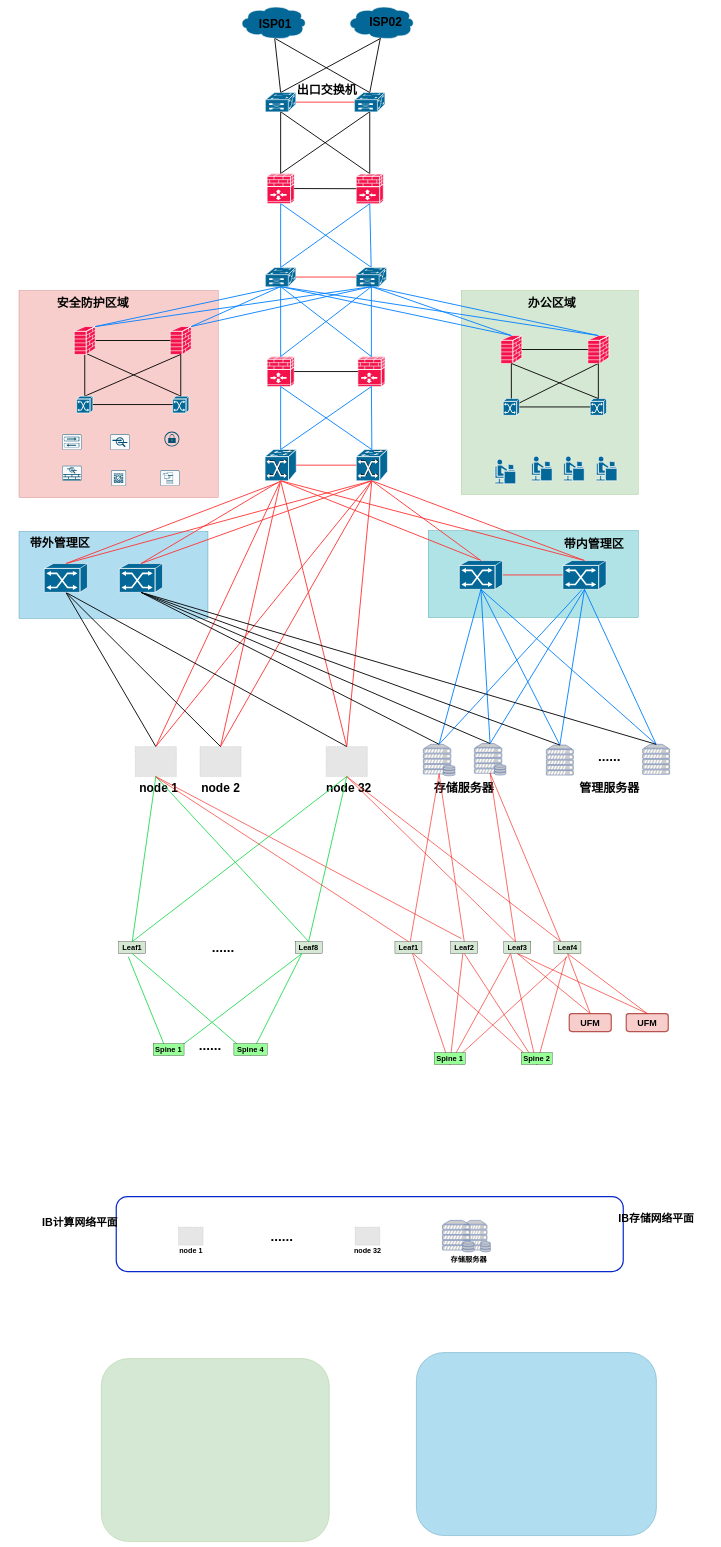
The draw.io diagram 数据中心组网-32nodes-包括IB整体组网 的副本.drawio in hel-2000/network-draw, before the edit. Source tidied: cells renumbered, new cells numbered last; positions are measured from the earlier drawing's top-left corner, leaving out a move shared by most shapes. Both pictures are drawn from the tidied source at 30%, with x=0, y=0 at pixel (5, 5). Pictures stored in the file or linked from it are replaced by grey dashed boxes.
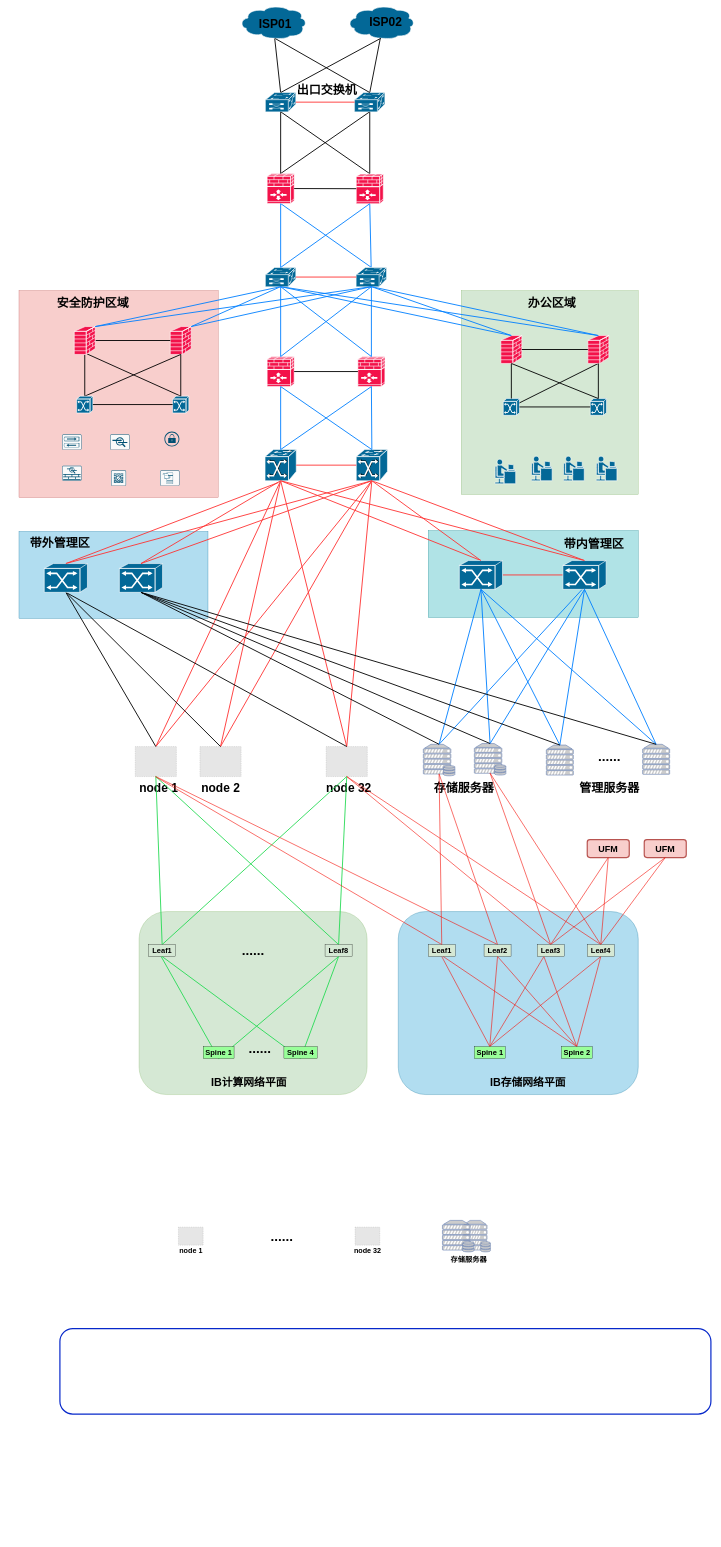
The same page after the edit.

Commit message:
更新数据中心组网-32nodes-包括IB整体组网 的副本.drawio

The change refers to these unchanged cells:
```xml
<mxCell id="24" style="fontColor=#0066CC;verticalAlign=top;verticalLabelPosition=bottom;labelPosition=center;align=center;html=1;outlineConnect=0;fillColor=#CCCCCC;strokeColor=#6881B3;gradientColor=none;gradientDirection=north;strokeWidth=2;shape=mxgraph.networks.server_storage;" parent="1" vertex="1">
  <mxGeometry x="1393.6" y="2462.5" width="105" height="105" as="geometry" />
</mxCell>
<mxCell id="42" style="fillColor=#E6E6E6;strokeColor=#999999;dashed=1;verticalLabelPosition=bottom;verticalAlign=top;" parent="1" vertex="1">
  <mxGeometry x="1069.7" y="2470" width="137.2" height="100" as="geometry" />
</mxCell>
<mxCell id="88" style="fontColor=#0066CC;verticalAlign=top;verticalLabelPosition=bottom;labelPosition=center;align=center;html=1;outlineConnect=0;fillColor=#CCCCCC;strokeColor=#6881B3;gradientColor=none;gradientDirection=north;strokeWidth=2;shape=mxgraph.networks.server_storage;" parent="1" vertex="1">
  <mxGeometry x="1563.6" y="2460" width="105" height="105" as="geometry" />
</mxCell>
<mxCell id="89" style="fillColor=#E6E6E6;strokeColor=#999999;dashed=1;verticalLabelPosition=bottom;verticalAlign=top;" parent="1" vertex="1">
  <mxGeometry x="433.3" y="2470" width="137.2" height="100" as="geometry" />
</mxCell>
```

What changed in the source:
```diff
@@
+    <mxCell id="135" style="rounded=1;whiteSpace=wrap;html=1;strokeColor=#0728ca;strokeWidth=4;" parent="1" vertex="1">
+      <mxGeometry x="182.2" y="4410" width="2170" height="285" as="geometry" />
+    </mxCell>
@@
-    <mxCell id="135" style="rounded=1;whiteSpace=wrap;html=1;strokeColor=#0728ca;strokeWidth=4;" parent="1" vertex="1">
-      <mxGeometry x="370" y="3970" width="1690" height="250" as="geometry" />
-    </mxCell>
     <mxCell id="136" style="rounded=1;whiteSpace=wrap;html=1;fillColor=#b1ddf0;strokeColor=#10739e;" parent="1" vertex="1">
-      <mxGeometry x="1370.5" y="4490" width="800" height="610" as="geometry" />
+      <mxGeometry x="1310" y="3020" width="800" height="610" as="geometry" />
     </mxCell>
     <mxCell id="137" value="&lt;font style=&quot;font-size: 30px;&quot;&gt;&lt;b&gt;UFM&lt;/b&gt;&lt;/font&gt;" style="rounded=1;whiteSpace=wrap;html=1;strokeColor=#b85450;strokeWidth=4;fillColor=#f8cecc;" parent="1" vertex="1">
-      <mxGeometry x="2070" y="3360" width="140" height="60" as="geometry" />
+      <mxGeometry x="2130" y="2780" width="140" height="60" as="geometry" />
     </mxCell>
     <mxCell id="138" style="rounded=1;whiteSpace=wrap;html=1;fillColor=#d5e8d4;strokeColor=#82b366;" parent="1" vertex="1">
-      <mxGeometry x="320" y="4510" width="760" height="610" as="geometry" />
+      <mxGeometry x="446.1" y="3020" width="760" height="610" as="geometry" />
     </mxCell>
-    <mxCell id="139" style="rounded=0;jettySize=auto;html=1;exitX=0.5;exitY=1;exitDx=0;exitDy=0;endArrow=none;strokeColor=#f5120a;fillColor=#f8cecc;strokeWidth=2;endFill=0;" parent="1" edge="1" source="89">
-      <mxGeometry relative="1" as="geometry">
-        <mxPoint x="1520" y="3110" as="targetPoint" />
-      </mxGeometry>
+    <mxCell id="139" style="rounded=0;jettySize=auto;html=1;exitX=0.5;exitY=1;exitDx=0;exitDy=0;endArrow=none;strokeColor=#f5120a;fillColor=#f8cecc;strokeWidth=2;endFill=0;entryX=0.5;entryY=0;entryDx=0;entryDy=0;" parent="1" edge="1" source="89" target="169">
+      <mxGeometry relative="1" as="geometry" />
     </mxCell>
@@
-    <mxCell id="143" style="edgeStyle=none;rounded=0;jettySize=auto;html=1;exitX=0.5;exitY=0;exitDx=0;exitDy=0;endArrow=none;endFill=0;strokeWidth=3;strokeColor=#29db56;entryX=0.5;entryY=1;entryDx=0;entryDy=0;" parent="1" edge="1" source="144" target="89">
-      <mxGeometry relative="1" as="geometry">
-        <Array as="points">
-          <mxPoint x="423" y="3120" />
-        </Array>
-      </mxGeometry>
+    <mxCell id="143" style="rounded=0;jettySize=auto;html=1;exitX=0.5;exitY=0;exitDx=0;exitDy=0;endArrow=none;endFill=0;strokeWidth=3;strokeColor=#29db56;entryX=0.5;entryY=1;entryDx=0;entryDy=0;" parent="1" edge="1" source="144" target="89">
+      <mxGeometry relative="1" as="geometry" />
     </mxCell>
     <mxCell id="144" value="&lt;b&gt;&lt;font style=&quot;font-size: 25px;&quot;&gt;Leaf1&lt;/font&gt;&lt;/b&gt;" style="rounded=0;whiteSpace=wrap;html=1;fillColor=#D5E8D4;" parent="1" vertex="1">
-      <mxGeometry x="378.3" y="3120" width="90" height="40" as="geometry" />
+      <mxGeometry x="478" y="3130" width="90" height="40" as="geometry" />
     </mxCell>
@@
     <mxCell id="147" value="&lt;b style=&quot;&quot;&gt;&lt;font style=&quot;&quot;&gt;&lt;font style=&quot;font-size: 25px;&quot;&gt;Leaf8&lt;/font&gt;&lt;br&gt;&lt;/font&gt;&lt;/b&gt;" style="rounded=0;whiteSpace=wrap;html=1;fillColor=#D5E8D4;" parent="1" vertex="1">
-      <mxGeometry x="966.3" y="3120" width="90.2" height="40" as="geometry" />
+      <mxGeometry x="1066" y="3130" width="90.2" height="40" as="geometry" />
     </mxCell>
     <mxCell id="148" style="edgeStyle=none;rounded=0;jettySize=auto;html=1;exitX=0.5;exitY=1;exitDx=0;exitDy=0;strokeColor=#29db56;endArrow=none;endFill=0;strokeWidth=3;" parent="1" edge="1" source="150">
       <mxGeometry relative="1" as="geometry">
-        <mxPoint x="410" y="3170" as="targetPoint" />
+        <mxPoint x="519.7" y="3170" as="targetPoint" />
       </mxGeometry>
     </mxCell>
-    <mxCell id="149" style="rounded=0;jettySize=auto;html=1;exitX=0.5;exitY=1;exitDx=0;exitDy=0;entryX=0.25;entryY=1;entryDx=0;entryDy=0;endArrow=none;strokeColor=#29db56;endFill=0;strokeWidth=3;" parent="1" edge="1" source="150" target="147">
+    <mxCell id="149" style="rounded=0;jettySize=auto;html=1;exitX=0.5;exitY=1;exitDx=0;exitDy=0;entryX=0.5;entryY=1;entryDx=0;entryDy=0;endArrow=none;strokeColor=#29db56;endFill=0;strokeWidth=3;" parent="1" edge="1" source="150" target="147">
       <mxGeometry relative="1" as="geometry" />
     </mxCell>
     <mxCell id="150" value="&lt;b&gt;&lt;font style=&quot;font-size: 25px;&quot;&gt;Spine 1&lt;/font&gt;&lt;/b&gt;" style="rounded=0;whiteSpace=wrap;html=1;fillColor=#99FF99;" parent="1" vertex="1">
-      <mxGeometry x="493" y="3460" width="103" height="40" as="geometry" />
+      <mxGeometry x="659.7" y="3470" width="103" height="40" as="geometry" />
     </mxCell>
@@
-    <mxCell id="152" style="rounded=0;jettySize=auto;html=1;exitX=0.5;exitY=1;exitDx=0;exitDy=0;endArrow=none;strokeColor=#29db56;endFill=0;strokeWidth=3;entryX=0.25;entryY=1;entryDx=0;entryDy=0;" parent="1" edge="1" source="153" target="147">
+    <mxCell id="152" style="rounded=0;jettySize=auto;html=1;exitX=0.5;exitY=1;exitDx=0;exitDy=0;endArrow=none;strokeColor=#29db56;endFill=0;strokeWidth=3;entryX=0.5;entryY=1;entryDx=0;entryDy=0;" parent="1" edge="1" source="153" target="147">
       <mxGeometry relative="1" as="geometry" />
     </mxCell>
     <mxCell id="153" value="&lt;b&gt;&lt;font style=&quot;font-size: 25px;&quot;&gt;Spine 4&lt;/font&gt;&lt;/b&gt;" style="rounded=0;whiteSpace=wrap;html=1;fillColor=#99FF99;" parent="1" vertex="1">
-      <mxGeometry x="762.2" y="3460" width="110.8" height="40" as="geometry" />
+      <mxGeometry x="928.9" y="3470" width="110.8" height="40" as="geometry" />
     </mxCell>
     <mxCell id="154" value="&lt;b style=&quot;&quot;&gt;&lt;font style=&quot;font-size: 36px;&quot;&gt;IB计算网络平面&lt;/font&gt;&lt;/b&gt;" style="text;strokeColor=none;align=center;fillColor=none;html=1;verticalAlign=middle;whiteSpace=wrap;rounded=0;" parent="1" vertex="1">
-      <mxGeometry x="49.4" y="4027" width="400.1" height="60" as="geometry" />
+      <mxGeometry x="612" y="3560" width="400.1" height="60" as="geometry" />
     </mxCell>
     <mxCell id="155" style="edgeStyle=none;rounded=0;orthogonalLoop=1;jettySize=auto;html=1;exitX=0.5;exitY=1;exitDx=0;exitDy=0;" parent="1" edge="1">
       <mxGeometry relative="1" as="geometry">
-        <mxPoint x="636" y="3480" as="sourcePoint" />
-        <mxPoint x="636" y="3480" as="targetPoint" />
+        <mxPoint x="802.7" y="3490" as="sourcePoint" />
+        <mxPoint x="802.7" y="3490" as="targetPoint" />
       </mxGeometry>
     </mxCell>
-    <mxCell id="156" style="rounded=0;jettySize=auto;html=1;exitX=0.5;exitY=0;exitDx=0;exitDy=0;entryX=0.5;entryY=1;entryDx=0;entryDy=0;endArrow=none;strokeColor=#f5120a;fillColor=#f8cecc;strokeWidth=2;endFill=0;" parent="1" edge="1" source="157" target="180">
-      <mxGeometry relative="1" as="geometry" />
+    <mxCell id="156" style="rounded=0;jettySize=auto;html=1;endArrow=none;strokeColor=#f5120a;fillColor=#f8cecc;strokeWidth=2;endFill=0;exitX=0.5;exitY=1;exitDx=0;exitDy=0;" parent="1" edge="1" source="157">
+      <mxGeometry relative="1" as="geometry">
+        <mxPoint x="1818" y="3130" as="targetPoint" />
+      </mxGeometry>
     </mxCell>
     <mxCell id="157" value="&lt;font style=&quot;font-size: 30px;&quot;&gt;&lt;b&gt;UFM&lt;/b&gt;&lt;/font&gt;" style="rounded=1;whiteSpace=wrap;html=1;strokeColor=#b85450;strokeWidth=4;fillColor=#f8cecc;" parent="1" vertex="1">
-      <mxGeometry x="1880" y="3360" width="140" height="60" as="geometry" />
+      <mxGeometry x="1940" y="2780" width="140" height="60" as="geometry" />
     </mxCell>
@@
     <mxCell id="161" value="&lt;font size=&quot;1&quot; style=&quot;&quot;&gt;&lt;b style=&quot;font-size: 45px;&quot;&gt;...&lt;/b&gt;&lt;/font&gt;&lt;b style=&quot;border-color: var(--border-color); font-size: 45px;&quot;&gt;...&lt;/b&gt;" style="text;strokeColor=none;align=center;fillColor=none;html=1;verticalAlign=middle;whiteSpace=wrap;rounded=0;" parent="1" vertex="1">
-      <mxGeometry x="666.3" y="3125" width="120" height="30" as="geometry" />
+      <mxGeometry x="766.1" y="3135" width="120" height="30" as="geometry" />
     </mxCell>
     <mxCell id="162" value="&lt;font size=&quot;1&quot; style=&quot;&quot;&gt;&lt;b style=&quot;font-size: 45px;&quot;&gt;...&lt;/b&gt;&lt;/font&gt;&lt;b style=&quot;border-color: var(--border-color); font-size: 45px;&quot;&gt;...&lt;/b&gt;" style="text;strokeColor=none;align=center;fillColor=none;html=1;verticalAlign=middle;whiteSpace=wrap;rounded=0;" parent="1" vertex="1">
-      <mxGeometry x="622.5" y="3450" width="120" height="30" as="geometry" />
+      <mxGeometry x="789.2" y="3460" width="120" height="30" as="geometry" />
     </mxCell>
@@
-    <mxCell id="164" style="rounded=0;jettySize=auto;html=1;exitX=0.5;exitY=0;exitDx=0;exitDy=0;entryX=0.5;entryY=1;entryDx=0;entryDy=0;fillColor=#f8cecc;strokeColor=#f5120a;strokeWidth=2;endArrow=none;endFill=0;" parent="1" edge="1" source="165" target="172">
-      <mxGeometry relative="1" as="geometry" />
+    <mxCell id="164" style="rounded=0;jettySize=auto;html=1;entryX=0.5;entryY=0;entryDx=0;entryDy=0;fillColor=#f8cecc;strokeColor=#f5120a;strokeWidth=2;endArrow=none;endFill=0;" parent="1" edge="1" target="172">
+      <mxGeometry relative="1" as="geometry">
+        <mxPoint x="1455" y="3170" as="sourcePoint" />
+      </mxGeometry>
     </mxCell>
     <mxCell id="165" value="&lt;b&gt;&lt;font style=&quot;font-size: 25px;&quot;&gt;Leaf1&lt;/font&gt;&lt;/b&gt;" style="rounded=0;whiteSpace=wrap;html=1;fillColor=#D5E8D4;" parent="1" vertex="1">
-      <mxGeometry x="1299" y="3120" width="90" height="40" as="geometry" />
+      <mxGeometry x="1410" y="3130" width="90" height="40" as="geometry" />
     </mxCell>
-    <mxCell id="166" style="rounded=0;jettySize=auto;html=1;entryX=0.5;entryY=1;entryDx=0;entryDy=0;endArrow=none;strokeColor=#f5120a;fillColor=#f8cecc;strokeWidth=2;endFill=0;" parent="1" edge="1" target="42">
-      <mxGeometry relative="1" as="geometry">
-        <mxPoint x="1700" y="3120" as="sourcePoint" />
-      </mxGeometry>
+    <mxCell id="166" style="rounded=0;jettySize=auto;html=1;entryX=0.5;entryY=1;entryDx=0;entryDy=0;endArrow=none;strokeColor=#f5120a;fillColor=#f8cecc;strokeWidth=2;endFill=0;exitX=0.5;exitY=0;exitDx=0;exitDy=0;" parent="1" edge="1" source="180" target="42">
+      <mxGeometry relative="1" as="geometry" />
     </mxCell>
@@
-    <mxCell id="168" style="rounded=0;jettySize=auto;html=1;exitX=0.5;exitY=0;exitDx=0;exitDy=0;entryX=0.5;entryY=1;entryDx=0;entryDy=0;endArrow=none;strokeColor=#f5120a;fillColor=#f8cecc;strokeWidth=2;endFill=0;" parent="1" edge="1" source="169" target="172">
-      <mxGeometry relative="1" as="geometry" />
+    <mxCell id="168" style="rounded=0;orthogonalLoop=1;jettySize=auto;html=1;endArrow=none;strokeColor=#f5120a;fillColor=#f8cecc;strokeWidth=2;endFill=0;" parent="1" edge="1">
+      <mxGeometry relative="1" as="geometry">
+        <mxPoint x="1641" y="3170" as="sourcePoint" />
+        <mxPoint x="1615" y="3470" as="targetPoint" />
+      </mxGeometry>
     </mxCell>
     <mxCell id="169" value="&lt;b&gt;&lt;font style=&quot;font-size: 25px;&quot;&gt;Leaf2&lt;/font&gt;&lt;/b&gt;" style="rounded=0;whiteSpace=wrap;html=1;fillColor=#D5E8D4;" parent="1" vertex="1">
-      <mxGeometry x="1485" y="3120" width="90" height="40" as="geometry" />
+      <mxGeometry x="1596" y="3130" width="90" height="40" as="geometry" />
     </mxCell>
-    <mxCell id="170" style="rounded=0;jettySize=auto;html=1;exitX=0.5;exitY=1;exitDx=0;exitDy=0;entryX=0.25;entryY=1;entryDx=0;entryDy=0;endArrow=none;strokeColor=#f5120a;fillColor=#f8cecc;strokeWidth=2;endFill=0;" parent="1" edge="1" source="172" target="180">
+    <mxCell id="170" style="rounded=0;jettySize=auto;html=1;exitX=0.5;exitY=0;exitDx=0;exitDy=0;entryX=0.25;entryY=1;entryDx=0;entryDy=0;endArrow=none;strokeColor=#f5120a;fillColor=#f8cecc;strokeWidth=2;endFill=0;" parent="1" edge="1" source="172" target="180">
       <mxGeometry relative="1" as="geometry" />
     </mxCell>
-    <mxCell id="171" style="rounded=0;jettySize=auto;html=1;exitX=0.5;exitY=1;exitDx=0;exitDy=0;endArrow=none;strokeColor=#f5120a;fillColor=#f8cecc;strokeWidth=2;endFill=0;" parent="1" edge="1" source="172">
+    <mxCell id="171" style="rounded=0;jettySize=auto;html=1;endArrow=none;strokeColor=#f5120a;fillColor=#f8cecc;strokeWidth=2;endFill=0;entryX=0.5;entryY=1;entryDx=0;entryDy=0;" parent="1" edge="1" target="185">
       <mxGeometry relative="1" as="geometry">
-        <mxPoint x="1874" y="3170" as="targetPoint" />
+        <mxPoint x="1615" y="3470" as="sourcePoint" />
       </mxGeometry>
     </mxCell>
     <mxCell id="172" value="&lt;b&gt;&lt;font style=&quot;font-size: 25px;&quot;&gt;Spine 1&lt;/font&gt;&lt;/b&gt;" style="rounded=0;whiteSpace=wrap;html=1;fillColor=#99FF99;" parent="1" vertex="1">
-      <mxGeometry x="1430" y="3490" width="103" height="40" as="geometry" />
+      <mxGeometry x="1563.6" y="3470" width="103" height="40" as="geometry" />
     </mxCell>
-    <mxCell id="173" style="rounded=0;jettySize=auto;html=1;exitX=0.5;exitY=1;exitDx=0;exitDy=0;endArrow=none;strokeColor=#f5120a;fillColor=#f8cecc;strokeWidth=2;endFill=0;" parent="1" edge="1" source="177">
+    <mxCell id="173" style="rounded=0;jettySize=auto;html=1;exitX=0.5;exitY=0;exitDx=0;exitDy=0;endArrow=none;strokeColor=#f5120a;fillColor=#f8cecc;strokeWidth=2;endFill=0;" parent="1" edge="1" source="177">
       <mxGeometry relative="1" as="geometry">
-        <mxPoint x="1360" y="3160" as="targetPoint" />
+        <mxPoint x="1460" y="3170" as="targetPoint" />
       </mxGeometry>
     </mxCell>
-    <mxCell id="174" style="rounded=0;jettySize=auto;html=1;exitX=0.5;exitY=1;exitDx=0;exitDy=0;entryX=0.5;entryY=1;entryDx=0;entryDy=0;endArrow=none;strokeColor=#f5120a;fillColor=#f8cecc;strokeWidth=2;endFill=0;" parent="1" edge="1" source="177" target="169">
+    <mxCell id="174" style="rounded=0;jettySize=auto;html=1;exitX=0.5;exitY=0;exitDx=0;exitDy=0;entryX=0.5;entryY=1;entryDx=0;entryDy=0;endArrow=none;strokeColor=#f5120a;fillColor=#f8cecc;strokeWidth=2;endFill=0;" parent="1" edge="1" source="177" target="169">
       <mxGeometry relative="1" as="geometry" />
     </mxCell>
-    <mxCell id="175" style="rounded=0;jettySize=auto;html=1;exitX=0.5;exitY=1;exitDx=0;exitDy=0;entryX=0.25;entryY=1;entryDx=0;entryDy=0;endArrow=none;strokeColor=#f5120a;fillColor=#f8cecc;strokeWidth=2;endFill=0;" parent="1" edge="1" source="177" target="180">
+    <mxCell id="175" style="rounded=0;jettySize=auto;html=1;exitX=0.5;exitY=0;exitDx=0;exitDy=0;entryX=0.25;entryY=1;entryDx=0;entryDy=0;endArrow=none;strokeColor=#f5120a;fillColor=#f8cecc;strokeWidth=2;endFill=0;" parent="1" edge="1" source="177" target="180">
       <mxGeometry relative="1" as="geometry" />
     </mxCell>
-    <mxCell id="176" style="rounded=0;jettySize=auto;html=1;exitX=0.5;exitY=1;exitDx=0;exitDy=0;endArrow=none;strokeColor=#f5120a;fillColor=#f8cecc;strokeWidth=2;endFill=0;" parent="1" edge="1" source="177">
-      <mxGeometry relative="1" as="geometry">
-        <mxPoint x="1870" y="3170" as="targetPoint" />
-      </mxGeometry>
+    <mxCell id="176" style="rounded=0;jettySize=auto;html=1;exitX=0.5;exitY=0;exitDx=0;exitDy=0;endArrow=none;strokeColor=#f5120a;fillColor=#f8cecc;strokeWidth=2;endFill=0;entryX=0.5;entryY=1;entryDx=0;entryDy=0;" parent="1" edge="1" source="177" target="185">
+      <mxGeometry relative="1" as="geometry" />
     </mxCell>
     <mxCell id="177" value="&lt;b&gt;&lt;font style=&quot;font-size: 25px;&quot;&gt;Spine 2&lt;/font&gt;&lt;/b&gt;" style="rounded=0;whiteSpace=wrap;html=1;fillColor=#99FF99;" parent="1" vertex="1">
-      <mxGeometry x="1720" y="3490" width="103" height="40" as="geometry" />
+      <mxGeometry x="1853.6" y="3470" width="103" height="40" as="geometry" />
     </mxCell>
-    <mxCell id="178" style="rounded=0;jettySize=auto;html=1;exitX=0.5;exitY=1;exitDx=0;exitDy=0;endArrow=none;strokeColor=#f5120a;fillColor=#f8cecc;strokeWidth=2;endFill=0;entryX=0.5;entryY=0.94;entryDx=0;entryDy=0;entryPerimeter=0;" parent="1" edge="1" source="180" target="88">
+    <mxCell id="178" style="rounded=0;jettySize=auto;html=1;exitX=0.5;exitY=0;exitDx=0;exitDy=0;endArrow=none;strokeColor=#f5120a;fillColor=#f8cecc;strokeWidth=2;endFill=0;entryX=0.5;entryY=0.94;entryDx=0;entryDy=0;entryPerimeter=0;" parent="1" edge="1" source="180" target="88">
       <mxGeometry relative="1" as="geometry" />
     </mxCell>
-    <mxCell id="179" style="rounded=0;jettySize=auto;html=1;exitX=0.5;exitY=1;exitDx=0;exitDy=0;entryX=0.5;entryY=0;entryDx=0;entryDy=0;endArrow=none;strokeColor=#f5120a;fillColor=#f8cecc;strokeWidth=2;endFill=0;" parent="1" edge="1" source="180" target="137">
+    <mxCell id="179" style="rounded=0;jettySize=auto;html=1;exitX=0.5;exitY=0;exitDx=0;exitDy=0;entryX=0.5;entryY=1;entryDx=0;entryDy=0;endArrow=none;strokeColor=#f5120a;fillColor=#f8cecc;strokeWidth=2;endFill=0;" parent="1" edge="1" source="180" target="137">
       <mxGeometry relative="1" as="geometry" />
     </mxCell>
     <mxCell id="180" value="&lt;b&gt;&lt;font style=&quot;font-size: 25px;&quot;&gt;Leaf3&lt;/font&gt;&lt;/b&gt;" style="rounded=0;whiteSpace=wrap;html=1;fillColor=#D5E8D4;" parent="1" vertex="1">
-      <mxGeometry x="1662" y="3120" width="90" height="40" as="geometry" />
+      <mxGeometry x="1773" y="3130" width="90" height="40" as="geometry" />
     </mxCell>
-    <mxCell id="181" style="rounded=0;jettySize=auto;html=1;exitX=0.25;exitY=0;exitDx=0;exitDy=0;endArrow=none;strokeColor=#f5120a;fillColor=#f8cecc;strokeWidth=2;endFill=0;entryX=0.5;entryY=1;entryDx=0;entryDy=0;" parent="1" edge="1" source="185" target="42">
+    <mxCell id="181" style="rounded=0;jettySize=auto;html=1;exitX=0.5;exitY=0;exitDx=0;exitDy=0;endArrow=none;strokeColor=#f5120a;fillColor=#f8cecc;strokeWidth=2;endFill=0;entryX=0.5;entryY=1;entryDx=0;entryDy=0;" parent="1" edge="1" source="185" target="42">
       <mxGeometry relative="1" as="geometry" />
     </mxCell>
-    <mxCell id="182" style="rounded=0;jettySize=auto;html=1;exitX=0.25;exitY=0;exitDx=0;exitDy=0;endArrow=none;strokeColor=#f5120a;fillColor=#f8cecc;strokeWidth=2;endFill=0;entryX=0.5;entryY=0.94;entryDx=0;entryDy=0;entryPerimeter=0;" parent="1" edge="1" source="185" target="88">
+    <mxCell id="182" style="rounded=0;jettySize=auto;html=1;exitX=0.5;exitY=0;exitDx=0;exitDy=0;endArrow=none;strokeColor=#f5120a;fillColor=#f8cecc;strokeWidth=2;endFill=0;entryX=0.5;entryY=0.94;entryDx=0;entryDy=0;entryPerimeter=0;" parent="1" edge="1" source="185" target="88">
       <mxGeometry relative="1" as="geometry" />
     </mxCell>
-    <mxCell id="183" style="rounded=0;jettySize=auto;html=1;exitX=0.5;exitY=1;exitDx=0;exitDy=0;entryX=0.5;entryY=0;entryDx=0;entryDy=0;endArrow=none;strokeColor=#f5120a;fillColor=#f8cecc;strokeWidth=2;endFill=0;" parent="1" edge="1" source="185" target="157">
+    <mxCell id="183" style="rounded=0;jettySize=auto;html=1;exitX=0.5;exitY=0;exitDx=0;exitDy=0;endArrow=none;strokeColor=#f5120a;fillColor=#f8cecc;strokeWidth=2;endFill=0;entryX=0.5;entryY=1;entryDx=0;entryDy=0;" parent="1" edge="1" source="185" target="157">
       <mxGeometry relative="1" as="geometry" />
     </mxCell>
-    <mxCell id="184" style="rounded=0;jettySize=auto;html=1;exitX=0.5;exitY=1;exitDx=0;exitDy=0;endArrow=none;strokeColor=#f5120a;fillColor=#f8cecc;strokeWidth=2;endFill=0;entryX=0.5;entryY=0;entryDx=0;entryDy=0;" parent="1" edge="1" source="185" target="137">
+    <mxCell id="184" style="rounded=0;jettySize=auto;html=1;exitX=0.5;exitY=0;exitDx=0;exitDy=0;endArrow=none;strokeColor=#f5120a;fillColor=#f8cecc;strokeWidth=2;endFill=0;entryX=0.5;entryY=1;entryDx=0;entryDy=0;" parent="1" edge="1" source="185" target="137">
       <mxGeometry relative="1" as="geometry" />
     </mxCell>
     <mxCell id="185" value="&lt;b&gt;&lt;font style=&quot;font-size: 25px;&quot;&gt;Leaf4&lt;/font&gt;&lt;/b&gt;" style="rounded=0;whiteSpace=wrap;html=1;fillColor=#D5E8D4;" parent="1" vertex="1">
-      <mxGeometry x="1829" y="3120" width="90" height="40" as="geometry" />
+      <mxGeometry x="1940" y="3130" width="90" height="40" as="geometry" />
     </mxCell>
@@
-    <mxCell id="187" style="rounded=0;jettySize=auto;html=1;exitX=0.5;exitY=0.94;exitDx=0;exitDy=0;exitPerimeter=0;endArrow=none;strokeColor=#f5120a;fillColor=#f8cecc;strokeWidth=2;endFill=0;" parent="1" edge="1" source="24">
-      <mxGeometry relative="1" as="geometry">
-        <mxPoint x="1350" y="3120" as="targetPoint" />
-      </mxGeometry>
+    <mxCell id="187" style="rounded=0;jettySize=auto;html=1;exitX=0.5;exitY=0.94;exitDx=0;exitDy=0;exitPerimeter=0;endArrow=none;strokeColor=#f5120a;fillColor=#f8cecc;strokeWidth=2;endFill=0;entryX=0.5;entryY=0;entryDx=0;entryDy=0;" parent="1" edge="1" source="24" target="165">
+      <mxGeometry relative="1" as="geometry" />
     </mxCell>
@@
     <mxCell id="189" value="&lt;b style=&quot;&quot;&gt;&lt;font style=&quot;font-size: 36px;&quot;&gt;IB存储网络平面&lt;/font&gt;&lt;/b&gt;" style="text;strokeColor=none;align=center;fillColor=none;html=1;verticalAlign=middle;whiteSpace=wrap;rounded=0;" parent="1" vertex="1">
-      <mxGeometry x="1969.6" y="4012" width="400.1" height="60" as="geometry" />
+      <mxGeometry x="1541.9" y="3560" width="400.1" height="60" as="geometry" />
     </mxCell>
```
